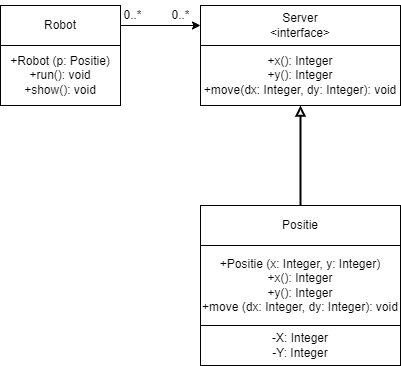
Above: Opdracht1/Klassendiagram 1b.png in qscholten/SWADP (draw.io), before the change. Source tidied: cells renumbered, new cells last; positions are measured from the earlier drawing's top-left corner, leaving out a move shared by most shapes. Source of this version:
```xml
<mxGraphModel>
  <root>
    <mxCell id="0" />
    <mxCell id="1" parent="0" />
    <mxCell id="2" style="group;" parent="1" vertex="1">
      <mxGeometry x="200" y="5" width="200" height="100" as="geometry" />
    </mxCell>
    <mxCell id="3" value="Server&lt;br&gt;&amp;lt;interface&amp;gt;" style="rounded=0;whiteSpace=wrap;html=1;" parent="2" vertex="1">
      <mxGeometry width="200" height="40" as="geometry" />
    </mxCell>
    <mxCell id="4" value="+x(): Integer&lt;br&gt;+y(): Integer&lt;br&gt;+move(dx: Integer, dy: Integer): void" style="rounded=0;whiteSpace=wrap;html=1;" parent="2" vertex="1">
      <mxGeometry y="40" width="200" height="60" as="geometry" />
    </mxCell>
    <mxCell id="5" style="group;" parent="1" vertex="1">
      <mxGeometry y="5" width="120" height="130" as="geometry" />
    </mxCell>
    <mxCell id="6" value="Robot" style="rounded=0;whiteSpace=wrap;html=1;" parent="5" vertex="1">
      <mxGeometry width="120" height="40" as="geometry" />
    </mxCell>
    <mxCell id="7" value="+Robot (p: Positie)&lt;br&gt;+run(): void&lt;br&gt;+show(): void" style="rounded=0;whiteSpace=wrap;html=1;" parent="5" vertex="1">
      <mxGeometry y="40" width="120" height="60" as="geometry" />
    </mxCell>
    <mxCell id="8" style="group;" parent="1" vertex="1">
      <mxGeometry x="200" y="205" width="200" height="160" as="geometry" />
    </mxCell>
    <mxCell id="9" value="Positie" style="rounded=0;whiteSpace=wrap;html=1;" parent="8" vertex="1">
      <mxGeometry width="200" height="40" as="geometry" />
    </mxCell>
    <mxCell id="10" value="+Positie (x: Integer, y: Integer)&lt;br&gt;+x(): Integer&lt;br&gt;+y(): Integer&lt;br&gt;+move (dx: Integer, dy: Integer): void" style="rounded=0;whiteSpace=wrap;html=1;" parent="8" vertex="1">
      <mxGeometry y="40" width="200" height="80" as="geometry" />
    </mxCell>
    <mxCell id="11" value="-X: Integer&lt;br&gt;-Y: Integer" style="rounded=0;whiteSpace=wrap;html=1;" parent="8" vertex="1">
      <mxGeometry y="120" width="200" height="40" as="geometry" />
    </mxCell>
    <mxCell id="12" style="edgeStyle=orthogonalEdgeStyle;rounded=0;jettySize=auto;html=1;exitX=1;exitY=0;exitDx=0;exitDy=0;" parent="1" edge="1" source="7" target="3">
      <mxGeometry relative="1" as="geometry" />
    </mxCell>
    <mxCell id="13" style="edgeStyle=orthogonalEdgeStyle;rounded=0;jettySize=auto;html=1;entryX=0.5;entryY=1;entryDx=0;entryDy=0;endArrow=block;endFill=0;strokeWidth=2;" parent="1" edge="1" source="9" target="4">
      <mxGeometry relative="1" as="geometry" />
    </mxCell>
    <mxCell id="14" value="0..*" style="text;html=1;align=center;verticalAlign=middle;strokeColor=none;fillColor=none;" parent="1" vertex="1">
      <mxGeometry x="112" width="40" height="30" as="geometry" />
    </mxCell>
    <mxCell id="15" value="0..*" style="text;html=1;align=center;verticalAlign=middle;strokeColor=none;fillColor=none;" parent="1" vertex="1">
      <mxGeometry x="160" width="40" height="30" as="geometry" />
    </mxCell>
  </root>
</mxGraphModel>
```
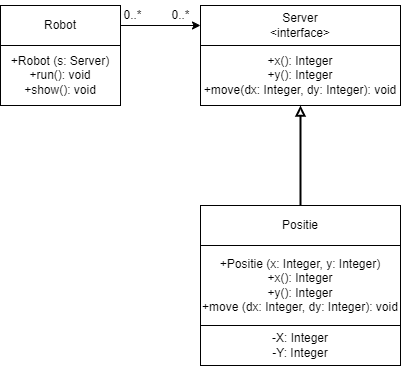
Later version of the same file.

Commit message:
Klassendiagram verbeterd

The edit, as a diff of the source:
```diff
@@ -17,7 +17,7 @@
     <mxCell id="6" value="Robot" style="rounded=0;whiteSpace=wrap;html=1;" parent="5" vertex="1">
       <mxGeometry width="120" height="40" as="geometry" />
     </mxCell>
-    <mxCell id="7" value="+Robot (p: Positie)&lt;br&gt;+run(): void&lt;br&gt;+show(): void" style="rounded=0;whiteSpace=wrap;html=1;" parent="5" vertex="1">
+    <mxCell id="7" value="+Robot (s: Server)&lt;br&gt;+run(): void&lt;br&gt;+show(): void" style="rounded=0;whiteSpace=wrap;html=1;" parent="5" vertex="1">
       <mxGeometry y="40" width="120" height="60" as="geometry" />
     </mxCell>
     <mxCell id="8" style="group;" parent="1" vertex="1">
```
